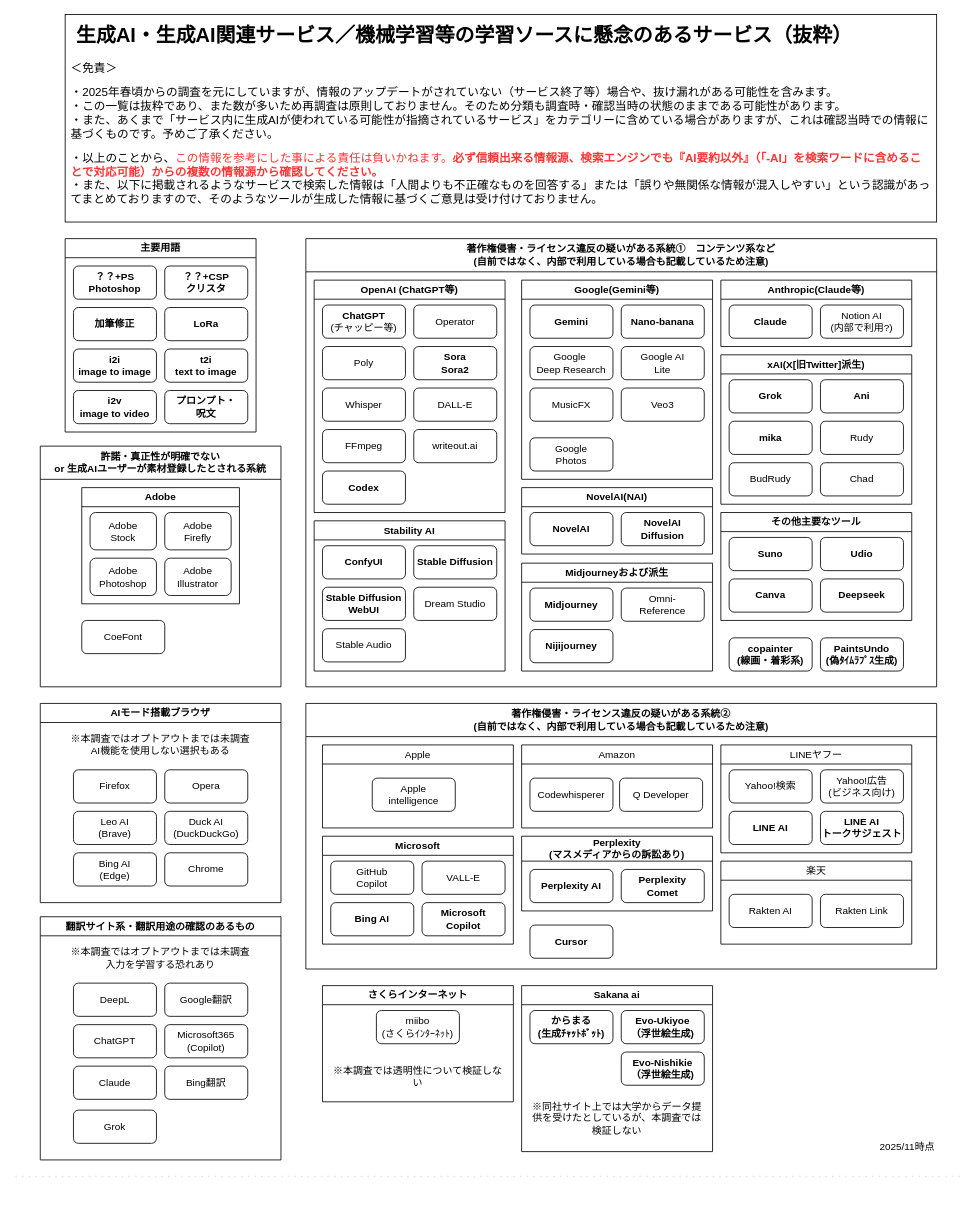
Before: ja-JP/image/well-known-gen-ai.drawio in urahito/protecting_artist_works_declare, a draw.io diagram. Source tidied: cells renumbered, new cells numbered last; positions are measured from the earlier drawing's top-left corner, leaving out a move shared by most shapes. Both pictures are drawn from the tidied source at 83%, with x=0, y=0 at pixel (15, 14).
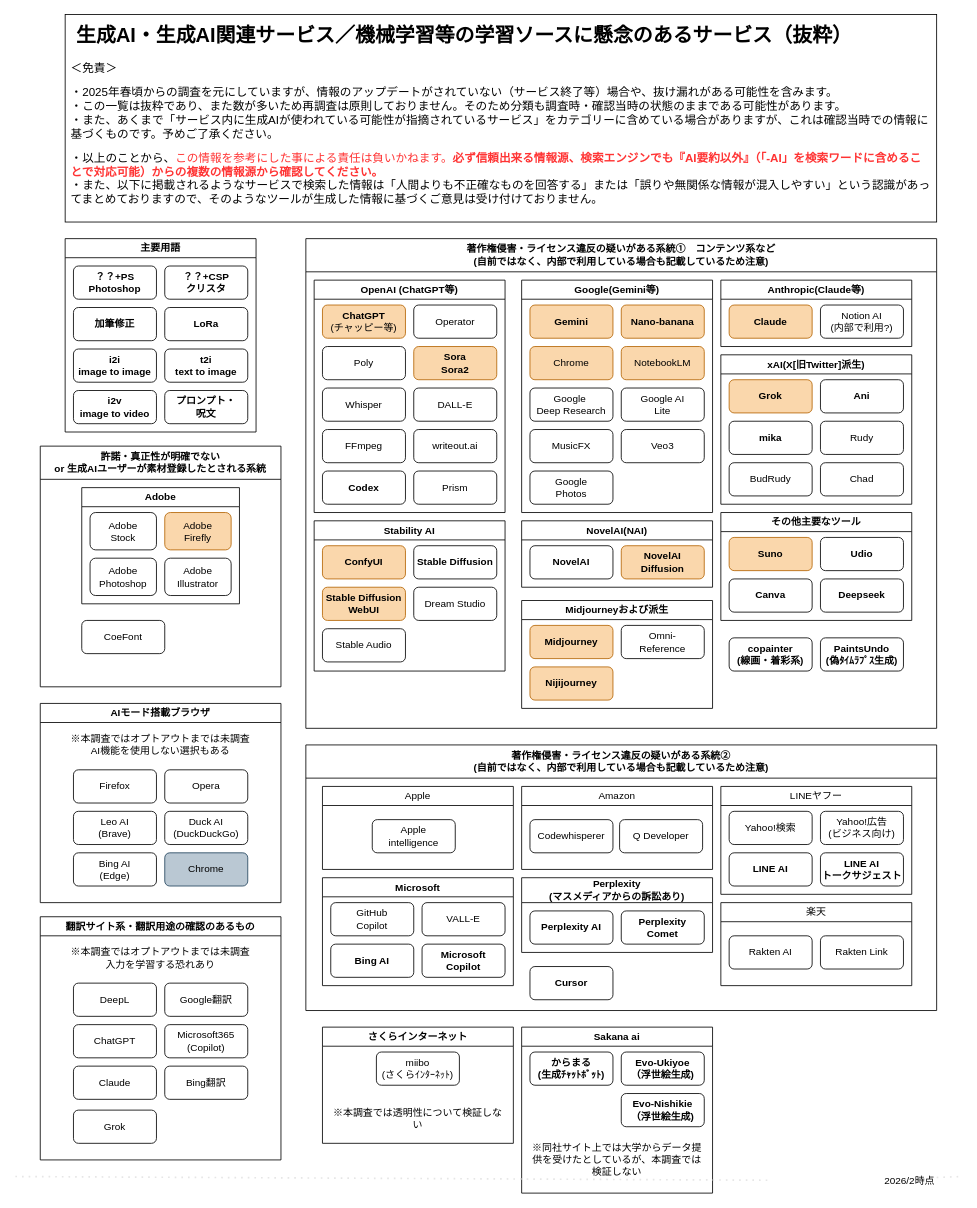
Above is the later version.

Unchanged cells that the change refers to:
```xml
<mxCell id="3" value="Adobe" style="swimlane;whiteSpace=wrap;html=1;" parent="2" vertex="1">
  <mxGeometry x="50" y="50" width="190" height="140" as="geometry" />
</mxCell>
<mxCell id="10" value="OpenAI (ChatGPT等)" style="swimlane;whiteSpace=wrap;html=1;" parent="9" vertex="1">
  <mxGeometry x="10" y="50" width="230" height="280" as="geometry" />
</mxCell>
<mxCell id="20" value="Anthropic(Claude等)" style="swimlane;whiteSpace=wrap;html=1;" parent="9" vertex="1">
  <mxGeometry x="500" y="50" width="230" height="80" as="geometry" />
</mxCell>
<mxCell id="38" value="&lt;b&gt;Stability AI&lt;/b&gt;" style="swimlane;whiteSpace=wrap;html=1;fontStyle=0;" parent="9" vertex="1">
  <mxGeometry x="10" y="340" width="230" height="181" as="geometry" />
</mxCell>
<mxCell id="44" value="xAI(X[旧Twitter]派生)" style="swimlane;whiteSpace=wrap;html=1;" parent="9" vertex="1">
  <mxGeometry x="500" y="140" width="230" height="180" as="geometry" />
</mxCell>
<mxCell id="51" value="その他主要なツール" style="swimlane;whiteSpace=wrap;html=1;" parent="9" vertex="1">
  <mxGeometry x="500" y="330" width="230" height="130" as="geometry" />
</mxCell>
<mxCell id="98" value="AIモード搭載ブラウザ" style="swimlane;whiteSpace=wrap;html=1;" parent="1" vertex="1">
  <mxGeometry x="30" y="830" width="290" height="240" as="geometry" />
</mxCell>
```

Change to the diagram source:
```diff
@@
-<mxGraphModel>
+<mxGraphModel background="#ffffff">
@@
-    <mxCell id="4" value="Adobe&lt;div&gt;Firefly&lt;/div&gt;" style="rounded=1;whiteSpace=wrap;html=1;" parent="3" vertex="1">
+    <mxCell id="4" value="Adobe&lt;div&gt;Firefly&lt;/div&gt;" style="rounded=1;whiteSpace=wrap;html=1;fillColor=#fad7ac;strokeColor=#b46504;" parent="3" vertex="1">
       <mxGeometry x="100" y="30" width="80" height="45" as="geometry" />
     </mxCell>
@@
     <mxCell id="9" value="著作権侵害・ライセンス違反の疑いがある系統①　コンテンツ系など&lt;div&gt;(自前ではなく、内部で利用している場合も記載しているため注意)&lt;/div&gt;" style="swimlane;whiteSpace=wrap;html=1;startSize=40;" parent="1" vertex="1">
-      <mxGeometry x="350" y="270" width="760" height="540" as="geometry" />
+      <mxGeometry x="350" y="270" width="760" height="590" as="geometry" />
     </mxCell>
@@
-    <mxCell id="11" value="&lt;b&gt;ChatGPT&lt;/b&gt;&lt;div&gt;(チャッピー等)&lt;/div&gt;" style="rounded=1;whiteSpace=wrap;html=1;" parent="10" vertex="1">
+    <mxCell id="11" value="&lt;b&gt;ChatGPT&lt;/b&gt;&lt;div&gt;(チャッピー等)&lt;/div&gt;" style="rounded=1;whiteSpace=wrap;html=1;fillColor=#fad7ac;strokeColor=#b46504;" parent="10" vertex="1">
       <mxGeometry x="10" y="30" width="100" height="40" as="geometry" />
     </mxCell>
@@
-    <mxCell id="14" value="&lt;b&gt;Sora&lt;/b&gt;&lt;div&gt;&lt;b&gt;Sora2&lt;/b&gt;&lt;/div&gt;" style="rounded=1;whiteSpace=wrap;html=1;" parent="10" vertex="1">
+    <mxCell id="14" value="&lt;b&gt;Sora&lt;/b&gt;&lt;div&gt;&lt;b&gt;Sora2&lt;/b&gt;&lt;/div&gt;" style="rounded=1;whiteSpace=wrap;html=1;fillColor=#fad7ac;strokeColor=#b46504;" parent="10" vertex="1">
       <mxGeometry x="120" y="80" width="100" height="40" as="geometry" />
     </mxCell>
@@
+    <mxCell id="118" value="Prism" style="rounded=1;whiteSpace=wrap;html=1;fontStyle=0;" parent="10" vertex="1">
+      <mxGeometry x="120" y="230" width="100" height="40" as="geometry" />
+    </mxCell>
@@
-    <mxCell id="21" value="Claude" style="rounded=1;whiteSpace=wrap;html=1;fontStyle=1;" parent="20" vertex="1">
+    <mxCell id="21" value="Claude" style="rounded=1;whiteSpace=wrap;html=1;fontStyle=1;fillColor=#fad7ac;strokeColor=#b46504;" parent="20" vertex="1">
       <mxGeometry x="10" y="30" width="100" height="40" as="geometry" />
     </mxCell>
@@
     <mxCell id="23" value="Google(Gemini等)" style="swimlane;whiteSpace=wrap;html=1;" parent="9" vertex="1">
-      <mxGeometry x="260" y="50" width="230" height="240" as="geometry" />
+      <mxGeometry x="260" y="50" width="230" height="280" as="geometry" />
     </mxCell>
-    <mxCell id="24" value="Gemini" style="rounded=1;whiteSpace=wrap;html=1;fontStyle=1;" parent="23" vertex="1">
+    <mxCell id="24" value="Gemini" style="rounded=1;whiteSpace=wrap;html=1;fontStyle=1;fillColor=#fad7ac;strokeColor=#b46504;" parent="23" vertex="1">
       <mxGeometry x="10" y="30" width="100" height="40" as="geometry" />
     </mxCell>
     <mxCell id="25" value="Google&lt;div&gt;Photos&lt;/div&gt;" style="rounded=1;whiteSpace=wrap;html=1;" parent="23" vertex="1">
-      <mxGeometry x="10" y="190" width="100" height="40" as="geometry" />
+      <mxGeometry x="10" y="230" width="100" height="40" as="geometry" />
     </mxCell>
     <mxCell id="26" value="Google AI&lt;div&gt;Lite&lt;/div&gt;" style="rounded=1;whiteSpace=wrap;html=1;" parent="23" vertex="1">
-      <mxGeometry x="120" y="80" width="100" height="40" as="geometry" />
+      <mxGeometry x="120" y="130" width="100" height="40" as="geometry" />
     </mxCell>
-    <mxCell id="27" value="&lt;b&gt;Nano-banana&lt;/b&gt;" style="rounded=1;whiteSpace=wrap;html=1;" parent="23" vertex="1">
+    <mxCell id="27" value="&lt;b&gt;Nano-banana&lt;/b&gt;" style="rounded=1;whiteSpace=wrap;html=1;fillColor=#fad7ac;strokeColor=#b46504;" parent="23" vertex="1">
       <mxGeometry x="120" y="30" width="100" height="40" as="geometry" />
     </mxCell>
     <mxCell id="28" value="Veo3" style="rounded=1;whiteSpace=wrap;html=1;" parent="23" vertex="1">
-      <mxGeometry x="120" y="130" width="100" height="40" as="geometry" />
+      <mxGeometry x="120" y="180" width="100" height="40" as="geometry" />
     </mxCell>
     <mxCell id="29" value="MusicFX" style="rounded=1;whiteSpace=wrap;html=1;" parent="23" vertex="1">
-      <mxGeometry x="10" y="130" width="100" height="40" as="geometry" />
+      <mxGeometry x="10" y="180" width="100" height="40" as="geometry" />
     </mxCell>
     <mxCell id="30" value="Google&amp;nbsp;&lt;div&gt;Deep Research&lt;/div&gt;" style="rounded=1;whiteSpace=wrap;html=1;" parent="23" vertex="1">
-      <mxGeometry x="10" y="80" width="100" height="40" as="geometry" />
+      <mxGeometry x="10" y="130" width="100" height="40" as="geometry" />
     </mxCell>
+    <mxCell id="119" value="Chrome" style="rounded=1;whiteSpace=wrap;html=1;fillColor=#fad7ac;strokeColor=#b46504;" parent="23" vertex="1">
+      <mxGeometry x="10" y="80" width="100" height="40" as="geometry" />
+    </mxCell>
+    <mxCell id="120" value="NotebookLM" style="rounded=1;whiteSpace=wrap;html=1;fillColor=#fad7ac;strokeColor=#b46504;" parent="23" vertex="1">
+      <mxGeometry x="120" y="80" width="100" height="40" as="geometry" />
+    </mxCell>
     <mxCell id="31" value="Midjourneyおよび派生" style="swimlane;whiteSpace=wrap;html=1;startSize=23;" parent="9" vertex="1">
-      <mxGeometry x="260" y="391" width="230" height="130" as="geometry" />
+      <mxGeometry x="260" y="436" width="230" height="130" as="geometry" />
     </mxCell>
-    <mxCell id="32" value="Midjourney" style="rounded=1;whiteSpace=wrap;html=1;fontStyle=1;" parent="31" vertex="1">
+    <mxCell id="32" value="Midjourney" style="rounded=1;whiteSpace=wrap;html=1;fontStyle=1;fillColor=#fad7ac;strokeColor=#b46504;" parent="31" vertex="1">
       <mxGeometry x="10" y="30" width="100" height="40" as="geometry" />
     </mxCell>
@@
-    <mxCell id="34" value="Nijijourney" style="rounded=1;whiteSpace=wrap;html=1;fontStyle=1;" parent="31" vertex="1">
+    <mxCell id="34" value="Nijijourney" style="rounded=1;whiteSpace=wrap;html=1;fontStyle=1;fillColor=#fad7ac;strokeColor=#b46504;" parent="31" vertex="1">
       <mxGeometry x="10" y="80" width="100" height="40" as="geometry" />
     </mxCell>
     <mxCell id="35" value="NovelAI(NAI)" style="swimlane;whiteSpace=wrap;html=1;" parent="9" vertex="1">
-      <mxGeometry x="260" y="300" width="230" height="80" as="geometry" />
+      <mxGeometry x="260" y="340" width="230" height="80" as="geometry" />
     </mxCell>
@@
-    <mxCell id="37" value="NovelAI&lt;div&gt;Diffusion&lt;/div&gt;" style="rounded=1;whiteSpace=wrap;html=1;fontStyle=1;" parent="35" vertex="1">
+    <mxCell id="37" value="NovelAI&lt;div&gt;Diffusion&lt;/div&gt;" style="rounded=1;whiteSpace=wrap;html=1;fontStyle=1;fillColor=#fad7ac;strokeColor=#b46504;" parent="35" vertex="1">
       <mxGeometry x="120" y="30" width="100" height="40" as="geometry" />
     </mxCell>
@@
-    <mxCell id="39" value="&lt;b&gt;ConfyUI&lt;/b&gt;" style="rounded=1;whiteSpace=wrap;html=1;" parent="38" vertex="1">
+    <mxCell id="39" value="&lt;b&gt;ConfyUI&lt;/b&gt;" style="rounded=1;whiteSpace=wrap;html=1;fillColor=#fad7ac;strokeColor=#b46504;" parent="38" vertex="1">
       <mxGeometry x="10" y="30" width="100" height="40" as="geometry" />
     </mxCell>
@@
-    <mxCell id="41" value="&lt;b&gt;Stable Diffusion&lt;/b&gt;&lt;div&gt;&lt;b&gt;WebUI&lt;/b&gt;&lt;/div&gt;" style="rounded=1;whiteSpace=wrap;html=1;" parent="38" vertex="1">
+    <mxCell id="41" value="&lt;b&gt;Stable Diffusion&lt;/b&gt;&lt;div&gt;&lt;b&gt;WebUI&lt;/b&gt;&lt;/div&gt;" style="rounded=1;whiteSpace=wrap;html=1;fillColor=#fad7ac;strokeColor=#b46504;" parent="38" vertex="1">
       <mxGeometry x="10" y="80" width="100" height="40" as="geometry" />
     </mxCell>
@@
-    <mxCell id="45" value="&lt;b&gt;Grok&lt;/b&gt;" style="rounded=1;whiteSpace=wrap;html=1;" parent="44" vertex="1">
+    <mxCell id="45" value="&lt;b&gt;Grok&lt;/b&gt;" style="rounded=1;whiteSpace=wrap;html=1;fillColor=#fad7ac;strokeColor=#b46504;" parent="44" vertex="1">
       <mxGeometry x="10" y="30" width="100" height="40" as="geometry" />
     </mxCell>
@@
-    <mxCell id="52" value="Suno" style="rounded=1;whiteSpace=wrap;html=1;fontStyle=1;" parent="51" vertex="1">
+    <mxCell id="52" value="Suno" style="rounded=1;whiteSpace=wrap;html=1;fontStyle=1;fillColor=#fad7ac;strokeColor=#b46504;" parent="51" vertex="1">
       <mxGeometry x="10" y="30" width="100" height="40" as="geometry" />
     </mxCell>
@@
     <mxCell id="58" value="Sakana ai" style="swimlane;whiteSpace=wrap;html=1;" parent="1" vertex="1">
-      <mxGeometry x="610" y="1170" width="230" height="200" as="geometry" />
+      <mxGeometry x="610" y="1220" width="230" height="200" as="geometry" />
     </mxCell>
@@
     <mxCell id="63" value="著作権侵害・ライセンス違反の疑いがある系統②&lt;div&gt;(自前ではなく、内部で利用している場合も記載しているため注意)&lt;/div&gt;" style="swimlane;whiteSpace=wrap;html=1;startSize=40;" parent="1" vertex="1">
-      <mxGeometry x="350" y="830" width="760" height="320" as="geometry" />
+      <mxGeometry x="350" y="880" width="760" height="320" as="geometry" />
     </mxCell>
@@
     <mxCell id="95" value="さくらインターネット" style="swimlane;whiteSpace=wrap;html=1;" parent="1" vertex="1">
-      <mxGeometry x="370" y="1170" width="230" height="140" as="geometry" />
+      <mxGeometry x="370" y="1220" width="230" height="140" as="geometry" />
     </mxCell>
@@
-    <mxCell id="105" value="Chrome" style="rounded=1;whiteSpace=wrap;html=1;" parent="98" vertex="1">
+    <mxCell id="105" value="Chrome" style="rounded=1;whiteSpace=wrap;html=1;fillColor=#bac8d3;strokeColor=#23445d;" parent="98" vertex="1">
       <mxGeometry x="150" y="180" width="100" height="40" as="geometry" />
     </mxCell>
@@
-    <mxCell id="116" style="endArrow=none;dashed=1;html=1;dashPattern=1 3;strokeWidth=2;rounded=0;fontColor=none;noLabel=1;fillColor=#f5f5f5;strokeColor=#E6E6E6;" parent="1" edge="1">
+    <mxCell id="116" style="endArrow=none;dashed=1;html=1;dashPattern=1 3;strokeWidth=2;rounded=0;fontColor=none;noLabel=1;fillColor=#f5f5f5;strokeColor=#E6E6E6;" parent="1" edge="1" source="117">
       <mxGeometry relative="1" as="geometry">
-        <mxPoint y="1400" as="sourcePoint" />
         <mxPoint x="1140" y="1400" as="targetPoint" />
       </mxGeometry>
     </mxCell>
+    <mxCell id="121" style="endArrow=none;dashed=1;html=1;dashPattern=1 3;strokeWidth=2;rounded=0;fontColor=none;noLabel=1;fillColor=#f5f5f5;strokeColor=#E6E6E6;" parent="1" edge="1" target="117">
+      <mxGeometry relative="1" as="geometry">
+        <mxPoint y="1400" as="sourcePoint" />
+      </mxGeometry>
+    </mxCell>
-    <mxCell id="117" value="2025/11時点" style="text;html=1;whiteSpace=wrap;strokeColor=none;fillColor=none;align=right;verticalAlign=middle;rounded=0;" parent="1" vertex="1">
-      <mxGeometry x="910" y="1350" width="200" height="30" as="geometry" />
+    <mxCell id="117" value="2026/2時点" style="text;html=1;whiteSpace=wrap;strokeColor=none;fillColor=none;align=right;verticalAlign=middle;rounded=0;" parent="1" vertex="1">
+      <mxGeometry x="910" y="1390" width="200" height="30" as="geometry" />
     </mxCell>
```
